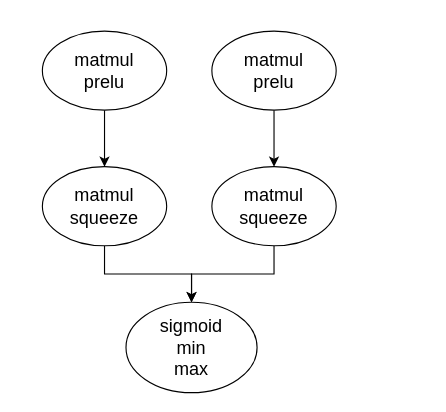
The draw.io diagram 未命名绘图.drawio in ABigDoge/MyDiagrams, before the edit. Source tidied: cells renumbered, new cells numbered last; positions are measured from the earlier drawing's top-left corner, leaving out a move shared by most shapes. Both pictures are drawn from the tidied source at 113%, with x=0, y=0 at pixel (42, 31).
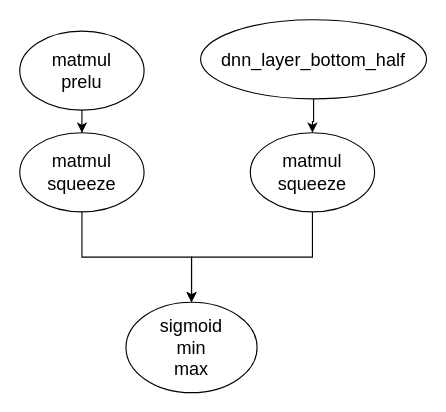
After the change.

Commit message (it also covers changes not shown here):
更新未命名绘图.drawio

What changed in the source:
```diff
@@
 <mxGraphModel>
   <root>
     <mxCell id="0" />
     <mxCell id="1" parent="0" />
     <mxCell id="2" style="edgeStyle=orthogonalEdgeStyle;rounded=0;jettySize=auto;html=1;" parent="1" edge="1" source="3" target="7">
       <mxGeometry relative="1" as="geometry" />
     </mxCell>
-    <mxCell id="3" value="&lt;font style=&quot;font-size: 16px;&quot;&gt;matmul&lt;/font&gt;&lt;div style=&quot;font-size: 16px;&quot;&gt;&lt;font style=&quot;font-size: 16px;&quot;&gt;prelu&lt;/font&gt;&lt;/div&gt;" style="ellipse;whiteSpace=wrap;html=1;" parent="1" vertex="1">
-      <mxGeometry width="110" height="70" as="geometry" />
+    <mxCell id="3" value="&lt;span style=&quot;font-size: 16px;&quot;&gt;dnn_layer_bottom_half&lt;/span&gt;" style="ellipse;whiteSpace=wrap;html=1;" parent="1" vertex="1">
+      <mxGeometry x="140" y="-10" width="200" height="70" as="geometry" />
     </mxCell>
     <mxCell id="4" style="edgeStyle=orthogonalEdgeStyle;rounded=0;jettySize=auto;html=1;" parent="1" edge="1" source="5" target="9">
       <mxGeometry relative="1" as="geometry" />
     </mxCell>
     <mxCell id="5" value="&lt;font style=&quot;font-size: 16px;&quot;&gt;matmul&lt;/font&gt;&lt;div style=&quot;font-size: 16px;&quot;&gt;&lt;font style=&quot;font-size: 16px;&quot;&gt;prelu&lt;/font&gt;&lt;/div&gt;" style="ellipse;whiteSpace=wrap;html=1;" parent="1" vertex="1">
-      <mxGeometry x="150" width="110" height="70" as="geometry" />
+      <mxGeometry x="-20" width="110" height="70" as="geometry" />
     </mxCell>
-    <mxCell id="6" style="edgeStyle=orthogonalEdgeStyle;rounded=0;jettySize=auto;html=1;" parent="1" edge="1" source="7" target="10">
-      <mxGeometry relative="1" as="geometry" />
+    <mxCell id="6" style="edgeStyle=orthogonalEdgeStyle;rounded=0;jettySize=auto;html=1;exitX=0.5;exitY=1;exitDx=0;exitDy=0;" parent="1" edge="1" source="7" target="10">
+      <mxGeometry relative="1" as="geometry">
+        <Array as="points">
+          <mxPoint x="239" y="200" />
+          <mxPoint x="132" y="200" />
+        </Array>
+      </mxGeometry>
     </mxCell>
     <mxCell id="7" value="&lt;font style=&quot;font-size: 16px;&quot;&gt;matmul&lt;/font&gt;&lt;div style=&quot;font-size: 16px;&quot;&gt;squeeze&lt;/div&gt;" style="ellipse;whiteSpace=wrap;html=1;" parent="1" vertex="1">
-      <mxGeometry y="120" width="110" height="70" as="geometry" />
+      <mxGeometry x="184" y="90" width="110" height="70" as="geometry" />
     </mxCell>
     <mxCell id="8" style="edgeStyle=orthogonalEdgeStyle;rounded=0;jettySize=auto;html=1;" parent="1" edge="1" source="9" target="10">
       <mxGeometry relative="1" as="geometry" />
     </mxCell>
     <mxCell id="9" value="&lt;font style=&quot;font-size: 16px;&quot;&gt;matmul&lt;/font&gt;&lt;div style=&quot;font-size: 16px;&quot;&gt;squeeze&lt;br&gt;&lt;/div&gt;" style="ellipse;whiteSpace=wrap;html=1;" parent="1" vertex="1">
-      <mxGeometry x="150" y="120" width="110" height="70" as="geometry" />
+      <mxGeometry x="-20" y="90" width="110" height="70" as="geometry" />
     </mxCell>
     <mxCell id="10" value="&lt;span style=&quot;font-size: 16px;&quot;&gt;sigmoid&lt;/span&gt;&lt;div&gt;&lt;span style=&quot;font-size: 16px;&quot;&gt;min&lt;/span&gt;&lt;/div&gt;&lt;div&gt;&lt;span style=&quot;font-size: 16px;&quot;&gt;max&lt;/span&gt;&lt;/div&gt;" style="ellipse;whiteSpace=wrap;html=1;" parent="1" vertex="1">
       <mxGeometry x="74" y="240" width="116" height="80" as="geometry" />
     </mxCell>
   </root>
 </mxGraphModel>
```
